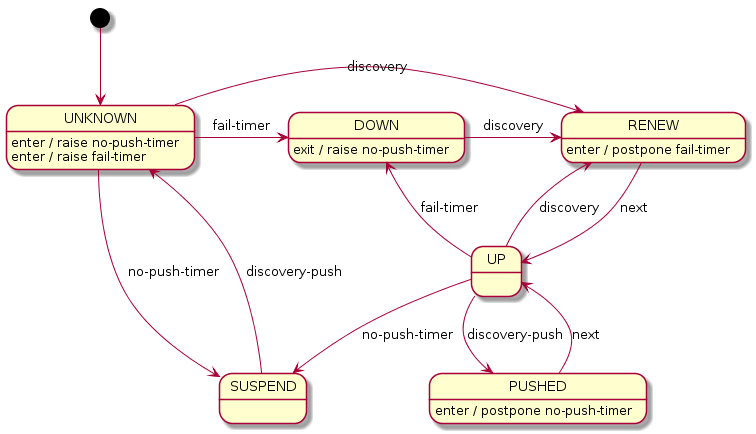
The PlantUML diagram docs/design/network-discovery/isl-thread-FSM.png in jangwonpark74/open-kilda, before a commit. Source of this version:
```plantuml
@startuml
[*] --> UNKNOWN

UNKNOWN -r-> RENEW : discovery
UNKNOWN -r-> DOWN : fail-timer
UNKNOWN --> SUSPEND : no-push-timer
UNKNOWN : enter / raise no-push-timer
UNKNOWN : enter / raise fail-timer

UP --> RENEW : discovery
UP --> SUSPEND : no-push-timer
UP --> PUSHED : discovery-push
UP --> DOWN : fail-timer

RENEW --> UP : next
RENEW : enter / postpone fail-timer

SUSPEND --> UNKNOWN : discovery-push

PUSHED --> UP : next
PUSHED : enter / postpone no-push-timer

DOWN --> RENEW : discovery
DOWN : exit / raise no-push-timer

@enduml
```
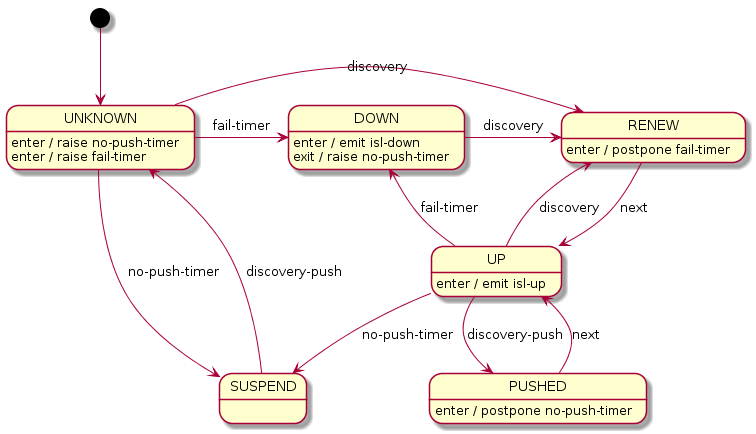
The same file after the commit.

Change to the diagram source:
```diff
@@ -11,6 +11,7 @@
 UP --> SUSPEND : no-push-timer
 UP --> PUSHED : discovery-push
 UP --> DOWN : fail-timer
+UP : enter / emit isl-up
 
 RENEW --> UP : next
 RENEW : enter / postpone fail-timer
@@ -21,6 +22,7 @@
 PUSHED : enter / postpone no-push-timer
 
 DOWN --> RENEW : discovery
+DOWN : enter / emit isl-down
 DOWN : exit / raise no-push-timer
 
 @enduml
```
